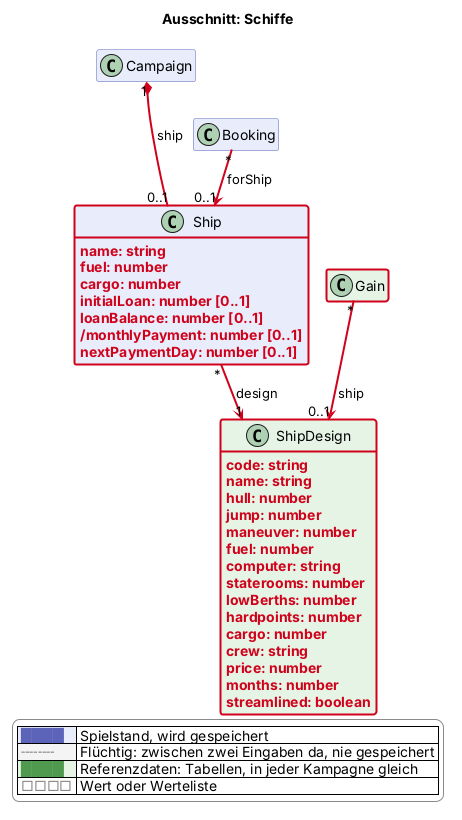
This is docs/views/schiffe.png from scuzzar/SRE, a PlantUML export, as it was before one commit.
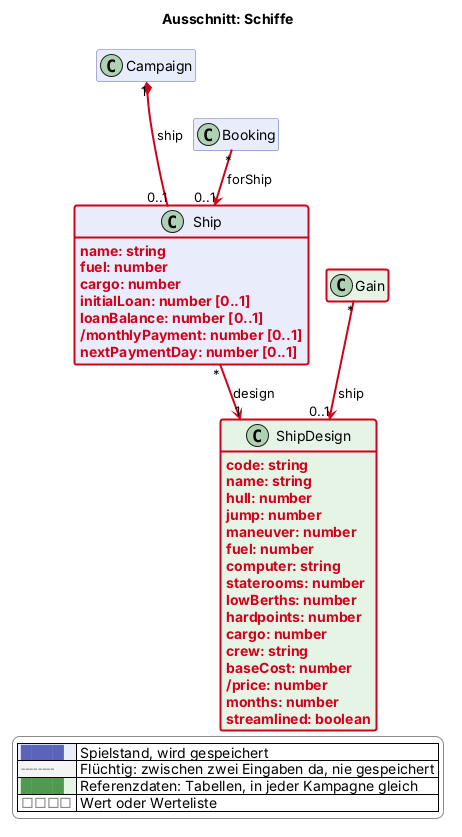
Above is the later version.

Commit message:
Schiffe (Entwurf): Listenpreis aus den Bauteilen statt fester Zahl

Diff of the diagram source:
```diff
@@ -91,7 +91,8 @@
     $new("2026-11-16", "hardpoints: number")
     $new("2026-11-16", "cargo: number")
     $new("2026-11-16", "crew: string")
-    $new("2026-11-16", "price: number")
+    $new("2026-11-16", "baseCost: number")
+    $new("2026-11-16", "/price: number")
     $new("2026-11-16", "months: number")
     $new("2026-11-16", "streamlined: boolean")
   }
```
